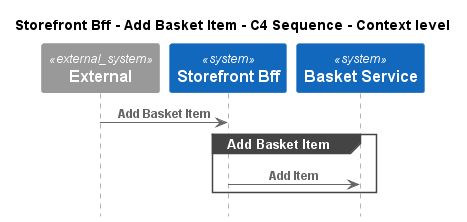
Above: e-commerce-platform/Software Systems/Storefront Bff/Interfaces/Add Basket Item/Context - C4 Sequence.png in C4InterFlow/architecture-as-code-samples (PlantUML), before the change.
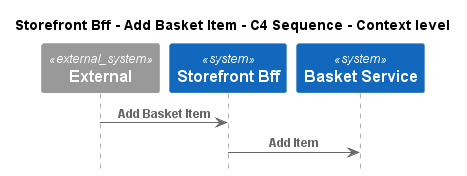
After the commit.

What changed in the source:
```diff
@@ -9,9 +9,7 @@
 System(ECommercePlatform.SoftwareSystems.BasketService, "Basket Service", "")
 
 Rel(C4InterFlow.SoftwareSystems.ExternalSystem, ECommercePlatform.SoftwareSystems.StorefrontBff, "Add Basket Item")
-group Add Basket Item
 Rel(ECommercePlatform.SoftwareSystems.StorefrontBff, ECommercePlatform.SoftwareSystems.BasketService, "Add Item")
-end
 
 
 @enduml
```
